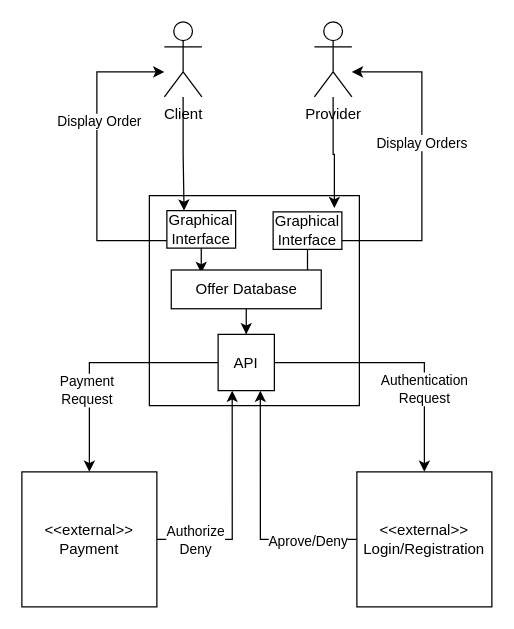
Above: assets/technical_context.drawio in Bruno-Macedo/Soft.Arch (draw.io), before the change. Source tidied: cells renumbered, new cells numbered last; positions are measured from the earlier drawing's top-left corner, leaving out a move shared by most shapes. Both pictures are drawn from the tidied source at 125%, with x=0, y=0 at pixel (21, 21).
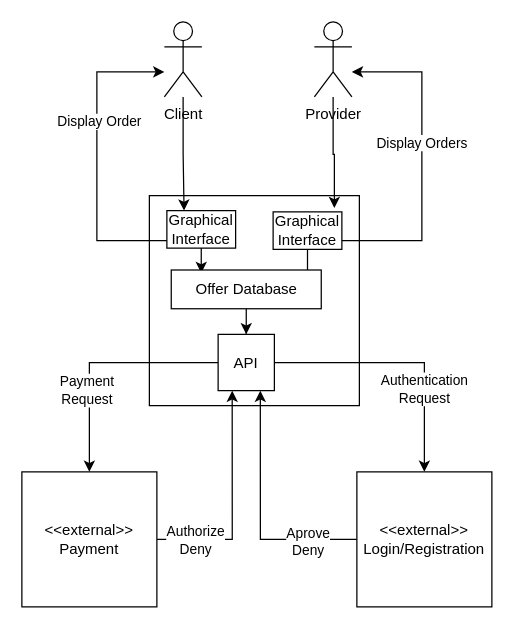
The same diagram, later.

The change refers to these unchanged cells:
```xml
<mxCell id="6" style="edgeStyle=orthogonalEdgeStyle;rounded=0;jettySize=auto;html=1;entryX=0.75;entryY=1;entryDx=0;entryDy=0;" parent="1" edge="1" source="8" target="16">
  <mxGeometry relative="1" as="geometry" />
</mxCell>
```

The edit, as a diff of the source:
```diff
@@
-    <mxCell id="7" value="Aprove/Deny" style="edgeLabel;html=1;align=center;verticalAlign=middle;" parent="6" vertex="1">
+    <mxCell id="7" value="&lt;div&gt;Aprove&lt;/div&gt;&lt;div&gt;Deny&lt;/div&gt;" style="edgeLabel;html=1;align=center;verticalAlign=middle;" parent="6" vertex="1">
       <mxGeometry x="-0.46" y="1" relative="1" as="geometry">
         <mxPoint x="13" as="offset" />
       </mxGeometry>
     </mxCell>
```
